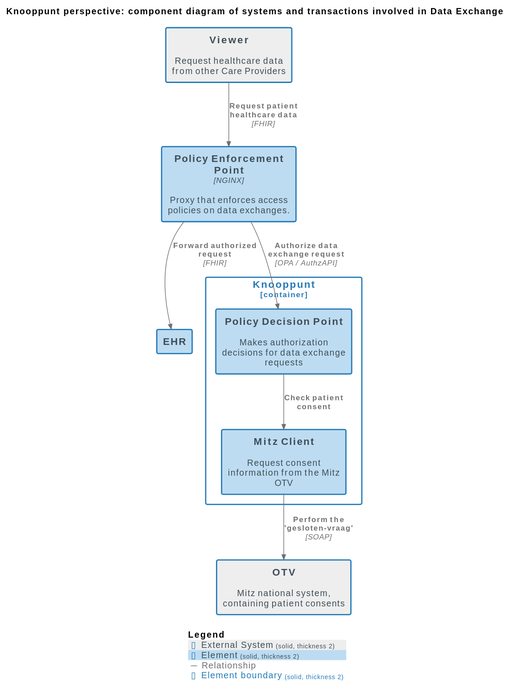
Above: docs/images/structurizr-DataExchange_ComponentDiagram.svg in nuts-foundation/nuts-knooppunt (PlantUML), before the change.
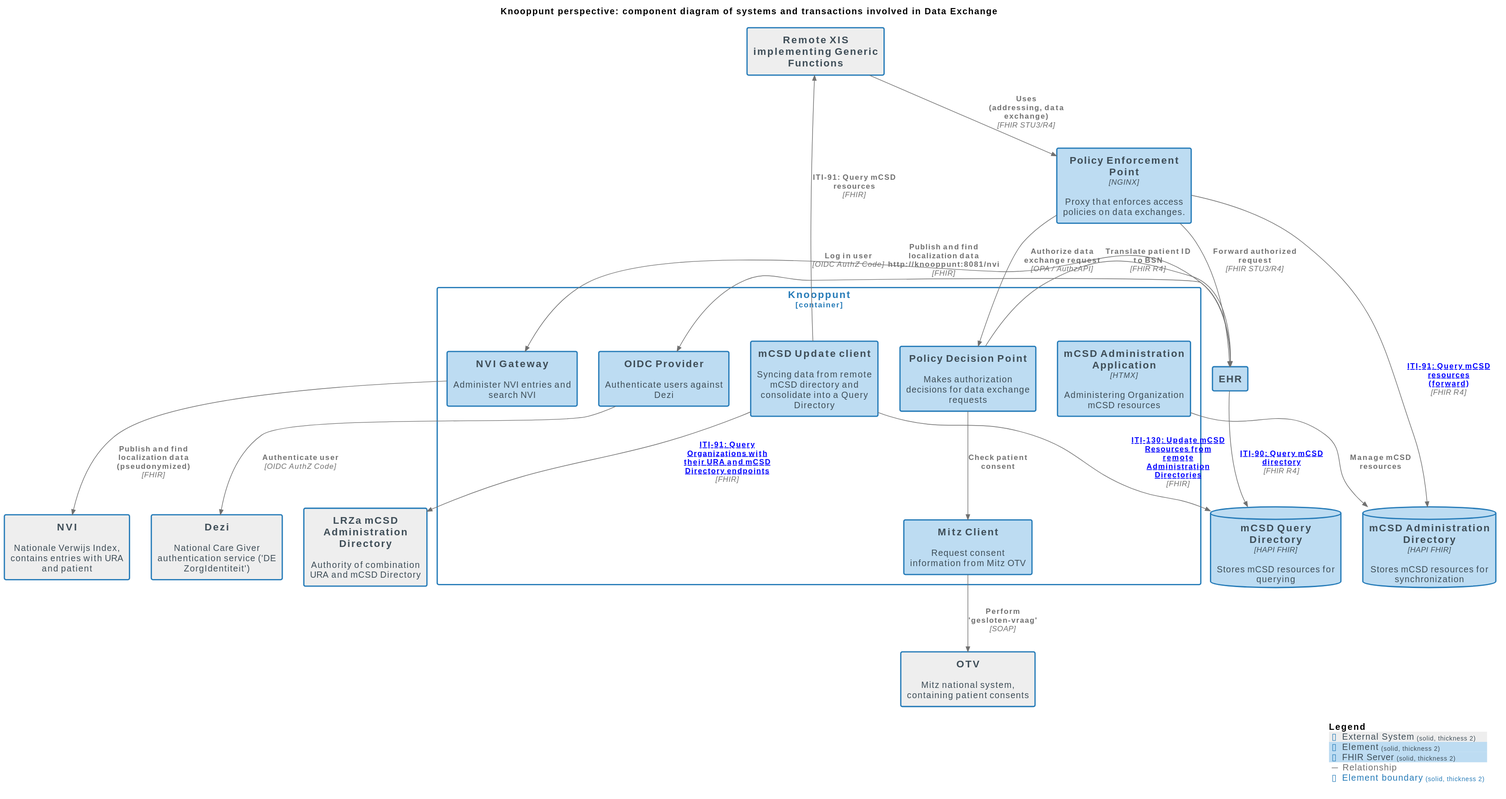
After the commit.

What changed in the source:
```diff
@@ -11,26 +11,47 @@
 
 AddElementTag("External System", $bgColor="#eeeeee", $borderColor="#257bb8", $fontColor="#3e4d57", $sprite="", $shadowing="", $borderStyle="solid", $borderThickness="2")
 AddElementTag("Element", $bgColor="#bddcf2", $borderColor="#257bb8", $fontColor="#3e4d57", $sprite="", $shadowing="", $borderStyle="solid", $borderThickness="2")
+AddElementTag("FHIR Server", $bgColor="#bddcf2", $borderColor="#257bb8", $fontColor="#3e4d57", $sprite="", $shadowing="", $borderStyle="solid", $borderThickness="2")
 
 AddRelTag("Relationship", $textColor="#707070", $lineColor="#707070", $lineStyle = "")
 
 AddBoundaryTag("Element", $bgColor="#ffffff", $borderColor="#257bb8", $fontColor="#257bb8", $shadowing="", $borderStyle="solid", $borderThickness="2")
 
+System(LRZamCSDAdministrationDirectory, "LRZa mCSD Administration Directory", $descr="Authority of combination URA and mCSD Directory", $tags="External System", $link="")
+System(NVI, "NVI", $descr="Nationale Verwijs Index, contains entries with URA and patient", $tags="External System", $link="")
 System(OTV, "OTV", $descr="Mitz national system, containing patient consents", $tags="External System", $link="")
-Container(RemoteXISimplementingGenericFunctions.Viewer, "Viewer", $techn="", $descr="Request healthcare data from other Care Providers", $tags="External System", $link="")
+System(Dezi, "Dezi", $descr="National Care Giver authentication service ('DE ZorgIdentiteit')", $tags="External System", $link="")
+System(RemoteXISimplementingGenericFunctions, "Remote XIS\nimplementing Generic Functions", $descr="", $tags="External System", $link="")
 Container(XIS.EHR, "EHR", $techn="", $descr="", $tags="Element", $link="")
 Container(XIS.PolicyEnforcementPoint, "Policy Enforcement Point", $techn="NGINX", $descr="Proxy that enforces access policies on data exchanges.", $tags="Element", $link="")
+ContainerDb(XIS.mCSDQueryDirectory, "mCSD Query Directory", $techn="HAPI FHIR", $descr="Stores mCSD resources for querying", $tags="FHIR Server", $link="")
+ContainerDb(XIS.mCSDAdministrationDirectory, "mCSD Administration Directory", $techn="HAPI FHIR", $descr="Stores mCSD resources for synchronization", $tags="FHIR Server", $link="")
 
 Container_Boundary("XIS.Knooppunt_boundary", "Knooppunt", $tags="Element") {
-  Component(XIS.Knooppunt.MitzClient, "Mitz Client", $techn="", $descr="Request consent information from the Mitz OTV", $tags="Element", $link="")
+  Component(XIS.Knooppunt.mCSDUpdateclient, "mCSD Update client", $techn="", $descr="Syncing data from remote mCSD directory and consolidate into a Query Directory", $tags="Element", $link="")
+  Component(XIS.Knooppunt.mCSDAdministrationApplication, "mCSD Administration Application", $techn="HTMX", $descr="Administering Organization mCSD resources", $tags="Element", $link="")
+  Component(XIS.Knooppunt.NVIGateway, "NVI Gateway", $techn="", $descr="Administer NVI entries and search NVI", $tags="Element", $link="")
+  Component(XIS.Knooppunt.MitzClient, "Mitz Client", $techn="", $descr="Request consent information from Mitz OTV", $tags="Element", $link="")
   Component(XIS.Knooppunt.PolicyDecisionPoint, "Policy Decision Point", $techn="", $descr="Makes authorization decisions for data exchange requests", $tags="Element", $link="")
+  Component(XIS.Knooppunt.OIDCProvider, "OIDC Provider", $techn="", $descr="Authenticate users against Dezi", $tags="Element", $link="")
 }
 
-Rel(XIS.Knooppunt.MitzClient, OTV, "Perform the 'gesloten-vraag'", $techn="SOAP", $tags="Relationship", $link="")
-Rel(RemoteXISimplementingGenericFunctions.Viewer, XIS.PolicyEnforcementPoint, "Request patient healthcare data", $techn="FHIR", $tags="Relationship", $link="")
+Rel(XIS.Knooppunt.mCSDUpdateclient, XIS.mCSDQueryDirectory, "ITI-130: Update mCSD Resources from remote Administration Directories", $techn="FHIR", $tags="Relationship", $link="https://profiles.ihe.net/ITI/mCSD/ITI-130.html")
+Rel(XIS.Knooppunt.mCSDAdministrationApplication, XIS.mCSDAdministrationDirectory, "Manage mCSD resources", $techn="", $tags="Relationship", $link="")
+Rel(XIS.EHR, XIS.mCSDQueryDirectory, "ITI-90: Query mCSD directory", $techn="FHIR R4", $tags="Relationship", $link="https://profiles.ihe.net/ITI/mCSD/ITI-90.html")
+Rel(RemoteXISimplementingGenericFunctions, XIS.PolicyEnforcementPoint, "Uses\n(addressing, data exchange)", $techn="FHIR STU3/R4", $tags="Relationship", $link="")
+Rel(XIS.PolicyEnforcementPoint, XIS.mCSDAdministrationDirectory, "ITI-91: Query mCSD resources\n(forward)", $techn="FHIR R4", $tags="Relationship", $link="https://profiles.ihe.net/ITI/mCSD/ITI-91.html")
+Rel(XIS.Knooppunt.mCSDUpdateclient, LRZamCSDAdministrationDirectory, "ITI-91: Query Organizations with their URA and mCSD Directory endpoints", $techn="FHIR", $tags="Relationship", $link="https://profiles.ihe.net/ITI/mCSD/ITI-91.html")
+Rel(XIS.Knooppunt.mCSDUpdateclient, RemoteXISimplementingGenericFunctions, "ITI-91: Query mCSD resources", $techn="FHIR", $tags="Relationship", $link="")
+Rel(XIS.EHR, XIS.Knooppunt.NVIGateway, "Publish and find localization data\nhttp://knooppunt:8081/nvi", $techn="FHIR", $tags="Relationship", $link="")
+Rel(XIS.Knooppunt.NVIGateway, NVI, "Publish and find localization data\n(pseudonymized)", $techn="FHIR", $tags="Relationship", $link="")
+Rel(XIS.Knooppunt.MitzClient, OTV, "Perform 'gesloten-vraag'", $techn="SOAP", $tags="Relationship", $link="")
+Rel(XIS.EHR, XIS.Knooppunt.OIDCProvider, "Log in user", $techn="OIDC AuthZ Code", $tags="Relationship", $link="")
+Rel(XIS.Knooppunt.OIDCProvider, Dezi, "Authenticate user", $techn="OIDC AuthZ Code", $tags="Relationship", $link="")
+Rel(XIS.Knooppunt.PolicyDecisionPoint, XIS.EHR, "Translate patient ID to BSN", $techn="FHIR R4", $tags="Relationship", $link="")
 Rel(XIS.PolicyEnforcementPoint, XIS.Knooppunt.PolicyDecisionPoint, "Authorize data exchange request", $techn="OPA / AuthzAPI", $tags="Relationship", $link="")
 Rel(XIS.Knooppunt.PolicyDecisionPoint, XIS.Knooppunt.MitzClient, "Check patient consent", $techn="", $tags="Relationship", $link="")
-Rel(XIS.PolicyEnforcementPoint, XIS.EHR, "Forward authorized request", $techn="FHIR", $tags="Relationship", $link="")
+Rel(XIS.PolicyEnforcementPoint, XIS.EHR, "Forward authorized request", $techn="FHIR STU3/R4", $tags="Relationship", $link="")
 
 SHOW_LEGEND(true)
 @enduml
```
